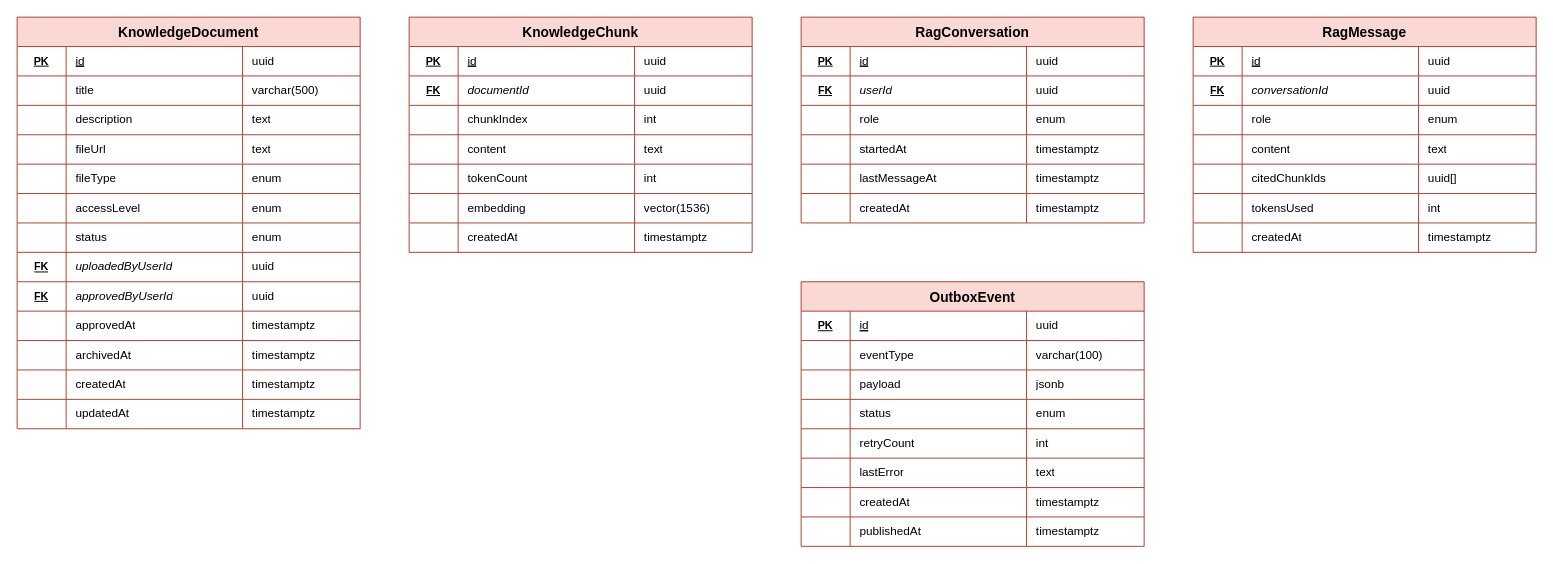
Above: db-schema/rag-ai/schema.drawio in SU26SE101-Capstone-Project-VietRide/SU26SE101-Capstone-Project-VietRide-BE (draw.io), before the change. Source tidied: cells renumbered, new cells numbered last; positions are measured from the earlier drawing's top-left corner, leaving out a move shared by most shapes. Both pictures are drawn from the tidied source at 98%, with x=0, y=0 at pixel (17, 17).
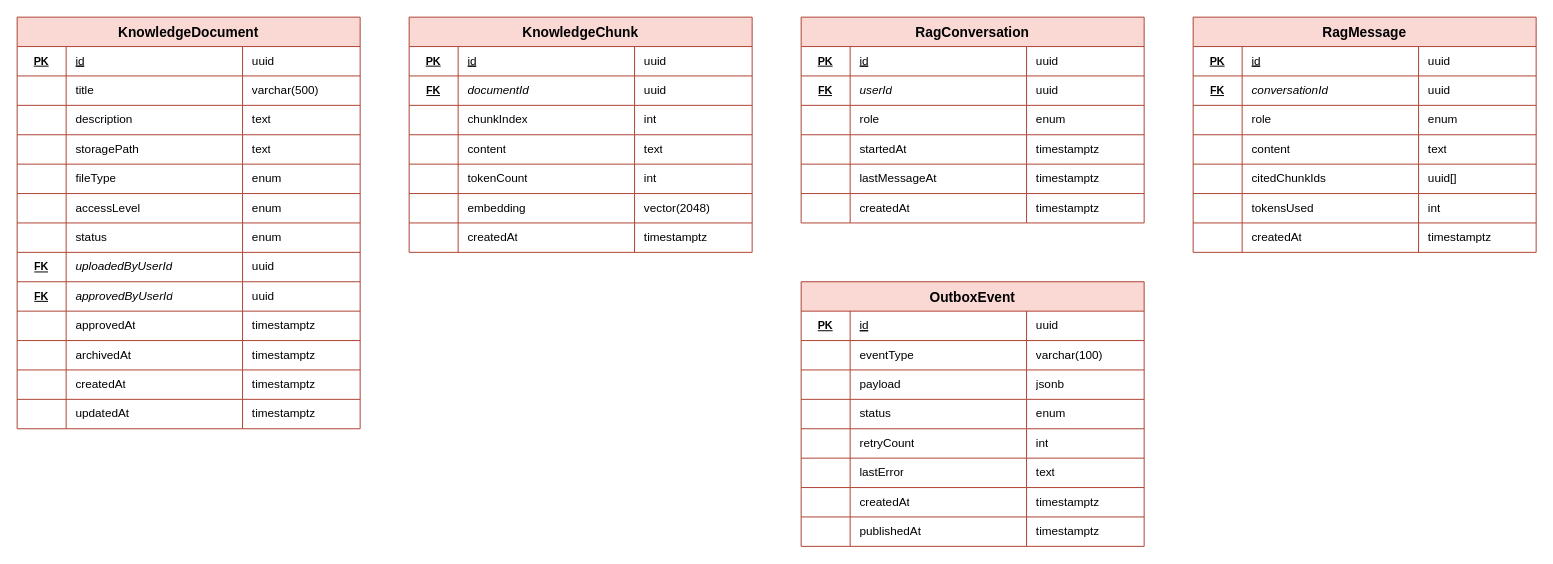
The same page after the edit.

Unchanged cells that the change refers to:
```xml
<mxCell id="15" style="shape=tableRow;horizontal=0;startSize=0;swimlaneHead=0;swimlaneBody=0;strokeColor=inherit;top=0;left=0;bottom=0;right=0;fillColor=none;fontSize=12;" parent="2" vertex="1">
  <mxGeometry y="120" width="350" height="30" as="geometry" />
</mxCell>
<mxCell id="76" style="shape=tableRow;horizontal=0;startSize=0;swimlaneHead=0;swimlaneBody=0;strokeColor=inherit;top=0;left=0;bottom=0;right=0;fillColor=none;fontSize=12;" parent="55" vertex="1">
  <mxGeometry y="180" width="350" height="30" as="geometry" />
</mxCell>
```

What changed in the source:
```diff
@@
-    <mxCell id="17" value="fileUrl" style="shape=partialRectangle;html=1;whiteSpace=wrap;strokeColor=inherit;overflow=hidden;fillColor=none;top=0;left=0;bottom=0;right=0;fontSize=12;align=left;spacingLeft=8;" parent="15" vertex="1">
+    <mxCell id="17" value="storagePath" style="shape=partialRectangle;html=1;whiteSpace=wrap;strokeColor=inherit;overflow=hidden;fillColor=none;top=0;left=0;bottom=0;right=0;fontSize=12;align=left;spacingLeft=8;" parent="15" vertex="1">
       <mxGeometry x="50" width="180" height="30" as="geometry" />
     </mxCell>
@@
-    <mxCell id="79" value="vector(1536)" style="shape=partialRectangle;html=1;whiteSpace=wrap;strokeColor=inherit;overflow=hidden;fillColor=none;top=0;left=0;bottom=0;right=0;fontSize=12;align=left;spacingLeft=8;" parent="76" vertex="1">
+    <mxCell id="79" value="vector(2048)" style="shape=partialRectangle;html=1;whiteSpace=wrap;strokeColor=inherit;overflow=hidden;fillColor=none;top=0;left=0;bottom=0;right=0;fontSize=12;align=left;spacingLeft=8;" parent="76" vertex="1">
       <mxGeometry x="230" width="120" height="30" as="geometry" />
     </mxCell>
```
